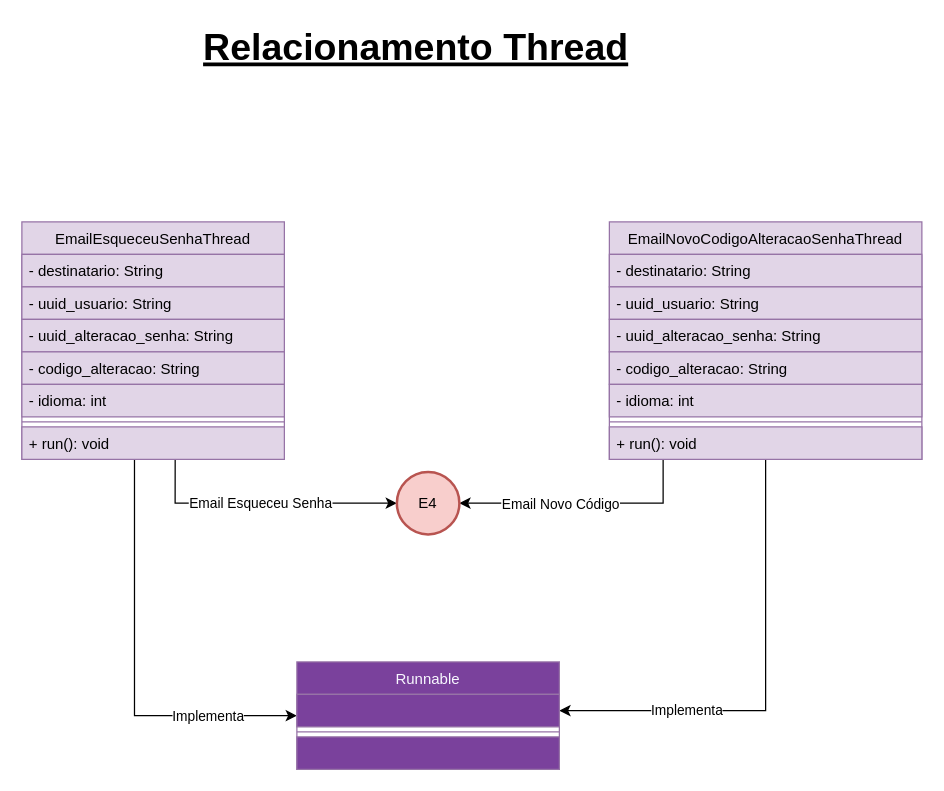
Before: page "Relacionamento Thread" (6 of 7) of TCC/Classes.drawio in CSFelix/UML, a draw.io diagram. Source tidied: cells renumbered, new cells numbered last; positions are measured from the earlier drawing's top-left corner, leaving out a move shared by most shapes. Both pictures are drawn from the tidied source at 125%, with x=0, y=0 at pixel (21, 21).
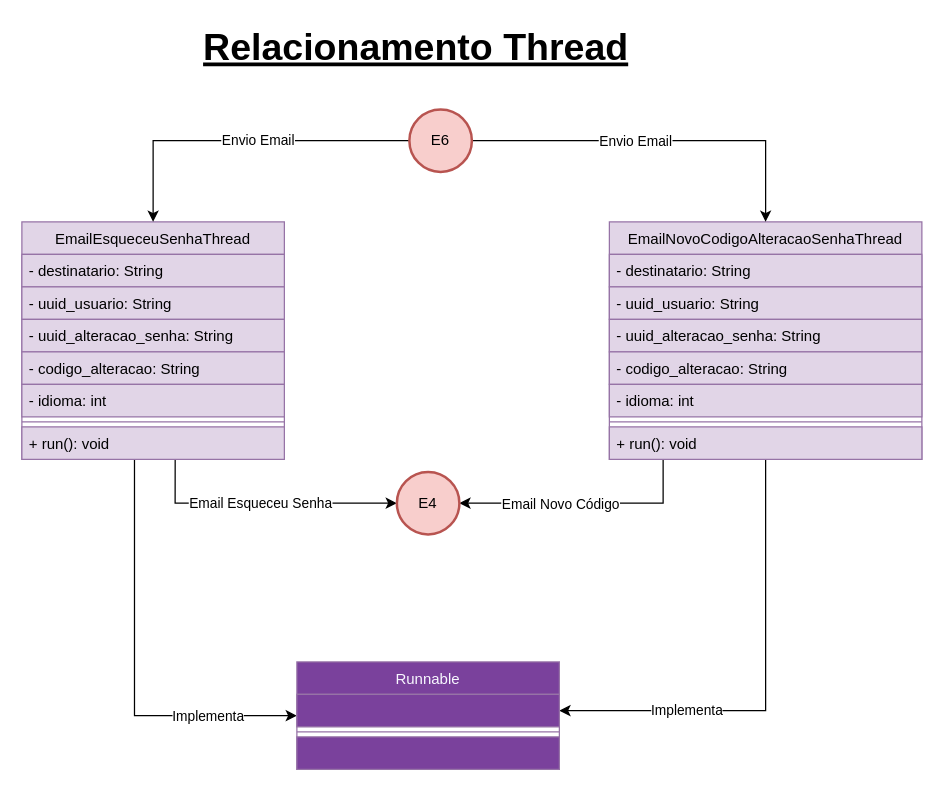
The same page after the edit.

Unchanged cells that the change refers to:
```xml
<mxCell id="7" value="EmailEsqueceuSenhaThread" style="swimlane;fontStyle=0;align=center;verticalAlign=top;horizontal=1;startSize=26;rounded=0;shadow=0;strokeWidth=1;fillColor=#e1d5e7;strokeColor=#9673a6;" parent="1" vertex="1">
  <mxGeometry y="160" width="210" height="190" as="geometry" />
</mxCell>
<mxCell id="19" value="EmailNovoCodigoAlteracaoSenhaThread" style="swimlane;fontStyle=0;align=center;verticalAlign=top;horizontal=1;startSize=26;rounded=0;shadow=0;strokeWidth=1;fillColor=#e1d5e7;strokeColor=#9673a6;" parent="1" vertex="1">
  <mxGeometry x="470" y="160" width="250" height="190" as="geometry" />
</mxCell>
```

The edit, as a diff of the source:
```diff
@@
+    <mxCell id="32" style="edgeStyle=orthogonalEdgeStyle;rounded=0;jettySize=auto;html=1;" parent="1" edge="1" source="36" target="19">
+      <mxGeometry relative="1" as="geometry" />
+    </mxCell>
+    <mxCell id="33" value="Envio Email" style="edgeLabel;html=1;align=center;verticalAlign=middle;" parent="32" vertex="1">
+      <mxGeometry x="-0.3" y="-1" relative="1" as="geometry">
+        <mxPoint x="25" y="-1" as="offset" />
+      </mxGeometry>
+    </mxCell>
+    <mxCell id="34" style="edgeStyle=orthogonalEdgeStyle;rounded=0;jettySize=auto;html=1;" parent="1" edge="1" source="36" target="7">
+      <mxGeometry relative="1" as="geometry" />
+    </mxCell>
+    <mxCell id="35" value="Envio Email" style="edgeLabel;html=1;align=center;verticalAlign=middle;" parent="34" vertex="1">
+      <mxGeometry x="-0.1" y="-1" relative="1" as="geometry" />
+    </mxCell>
+    <mxCell id="36" value="E6" style="strokeWidth=2;html=1;shape=mxgraph.flowchart.start_2;whiteSpace=wrap;fillColor=#f8cecc;strokeColor=#b85450;" parent="1" vertex="1">
+      <mxGeometry x="310" y="70" width="50" height="50" as="geometry" />
+    </mxCell>
```
